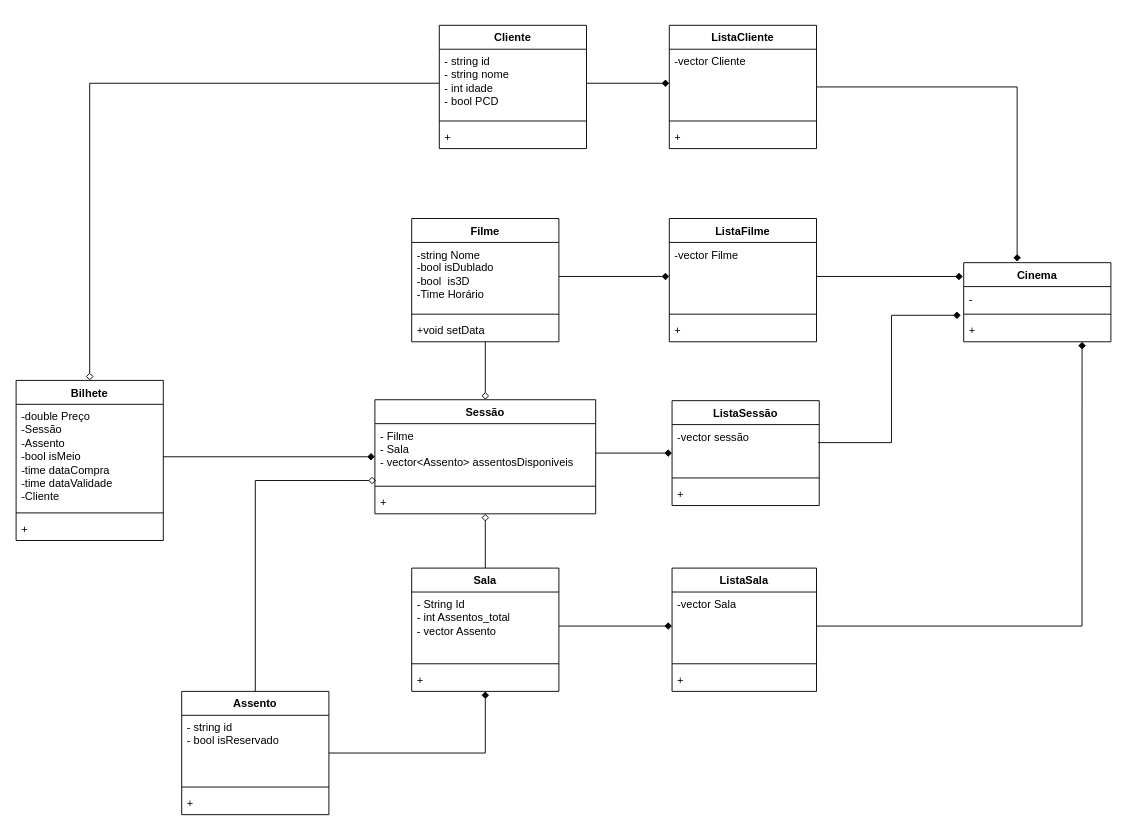
Before: UML-CineCon.drawio in eramoss/CineCon, a draw.io diagram. Source tidied: cells renumbered, new cells numbered last; positions are measured from the earlier drawing's top-left corner, leaving out a move shared by most shapes. Both pictures are drawn from the tidied source at 92%, with x=0, y=0 at pixel (16, 25).
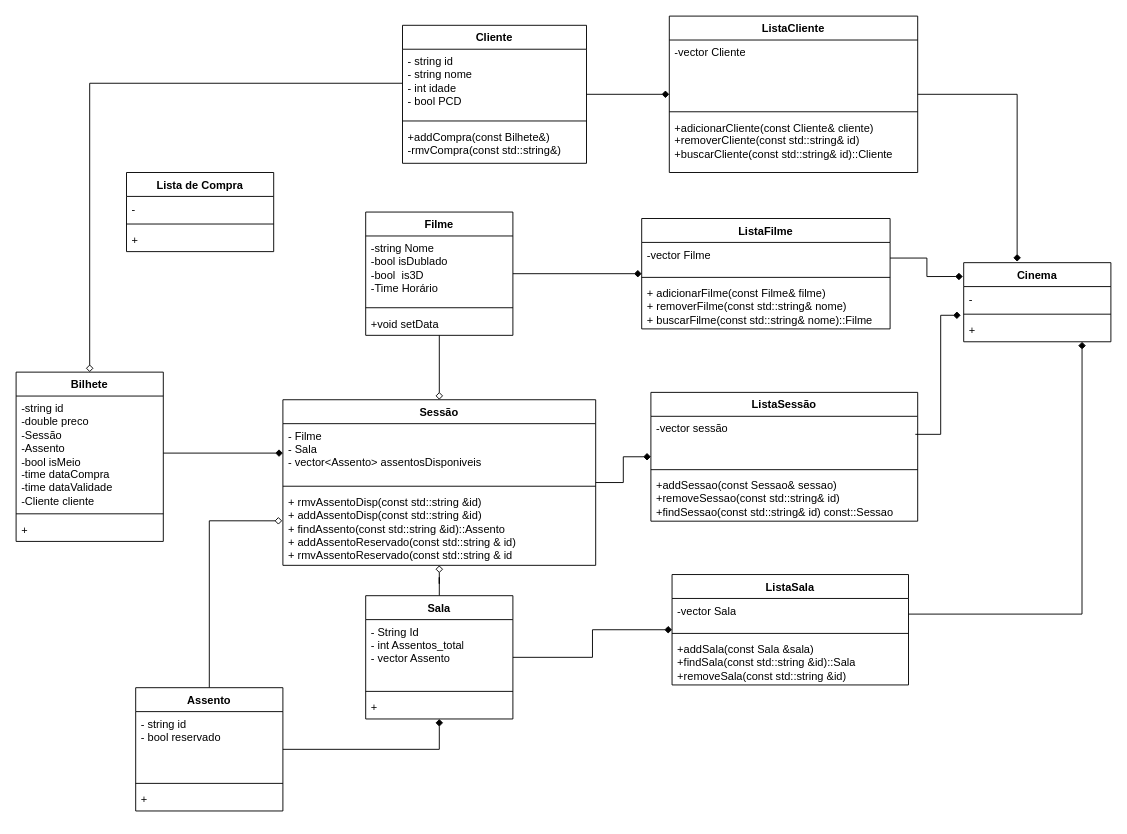
Above is the later version.

The change refers to these unchanged cells:
```xml
<mxCell id="17" value="-string Nome&lt;br&gt;-bool isDublado&lt;br&gt;-bool&amp;nbsp; is3D&lt;br&gt;-Time Horário" style="text;strokeColor=none;fillColor=none;align=left;verticalAlign=top;spacingLeft=4;spacingRight=4;overflow=hidden;points=[[0,0.5],[1,0.5]];portConstraint=eastwest;whiteSpace=wrap;html=1;" parent="16" vertex="1">
  <mxGeometry y="26" width="160" height="74" as="geometry" />
</mxCell>
<mxCell id="32" value="&lt;div&gt;- String Id&lt;/div&gt;&lt;div&gt;- int Assentos_total&lt;/div&gt;&lt;div&gt;- vector Assento&lt;br&gt;&lt;/div&gt;" style="text;strokeColor=none;fillColor=none;align=left;verticalAlign=top;spacingLeft=4;spacingRight=4;overflow=hidden;points=[[0,0.5],[1,0.5]];portConstraint=eastwest;whiteSpace=wrap;html=1;" parent="31" vertex="1">
  <mxGeometry y="26" width="160" height="74" as="geometry" />
</mxCell>
```

What changed in the source:
```diff
@@
     <mxCell id="7" value="Bilhete" style="swimlane;fontStyle=1;align=center;verticalAlign=top;horizontal=1;startSize=26;whiteSpace=wrap;html=1;" parent="1" vertex="1">
-      <mxGeometry y="386" width="160" height="174" as="geometry" />
+      <mxGeometry y="377" width="160" height="184" as="geometry" />
     </mxCell>
-    <mxCell id="8" value="-double Preço&lt;br&gt;&lt;div&gt;-Sessão&lt;/div&gt;&lt;div&gt;-Assento&lt;br&gt;&lt;/div&gt;&lt;div&gt;-bool isMeio&lt;/div&gt;&lt;div&gt;-time dataCompra&lt;/div&gt;&lt;div&gt;-time dataValidade&lt;br&gt;&lt;/div&gt;&lt;div&gt;-Cliente&lt;br&gt;&lt;/div&gt;" style="text;strokeColor=none;fillColor=none;align=left;verticalAlign=top;spacingLeft=4;spacingRight=4;overflow=hidden;points=[[0,0.5],[1,0.5]];portConstraint=eastwest;whiteSpace=wrap;html=1;" parent="7" vertex="1">
-      <mxGeometry y="26" width="160" height="114" as="geometry" />
+    <mxCell id="8" value="-string id&lt;br&gt;-double preco&lt;br&gt;&lt;div&gt;-Sessão&lt;/div&gt;&lt;div&gt;-Assento&lt;br&gt;&lt;/div&gt;&lt;div&gt;-bool isMeio&lt;/div&gt;&lt;div&gt;-time dataCompra&lt;/div&gt;&lt;div&gt;-time dataValidade&lt;br&gt;&lt;/div&gt;&lt;div&gt;-Cliente cliente&lt;br&gt;&lt;/div&gt;" style="text;strokeColor=none;fillColor=none;align=left;verticalAlign=top;spacingLeft=4;spacingRight=4;overflow=hidden;points=[[0,0.5],[1,0.5]];portConstraint=eastwest;whiteSpace=wrap;html=1;" parent="7" vertex="1">
+      <mxGeometry y="26" width="160" height="124" as="geometry" />
     </mxCell>
     <mxCell id="9" style="line;strokeWidth=1;fillColor=none;align=left;verticalAlign=middle;spacingTop=-1;spacingLeft=3;spacingRight=3;labelPosition=right;strokeColor=inherit;" parent="7" vertex="1">
-      <mxGeometry y="140" width="160" height="8" as="geometry" />
+      <mxGeometry y="150" width="160" height="8" as="geometry" />
     </mxCell>
     <mxCell id="10" value="+" style="text;strokeColor=none;fillColor=none;align=left;verticalAlign=top;spacingLeft=4;spacingRight=4;overflow=hidden;whiteSpace=wrap;html=1;" parent="7" vertex="1">
-      <mxGeometry y="148" width="160" height="26" as="geometry" />
+      <mxGeometry y="158" width="160" height="26" as="geometry" />
     </mxCell>
     <mxCell id="11" value="Cliente" style="swimlane;fontStyle=1;align=center;verticalAlign=top;horizontal=1;startSize=26;whiteSpace=wrap;html=1;" parent="1" vertex="1">
-      <mxGeometry x="460" width="160" height="134" as="geometry" />
+      <mxGeometry x="420" width="200" height="150" as="geometry" />
     </mxCell>
     <mxCell id="12" value="&lt;div&gt;- string id&lt;/div&gt;&lt;div&gt;- string nome&lt;/div&gt;&lt;div&gt;- int idade&lt;/div&gt;&lt;div&gt;- bool PCD&lt;br&gt;&lt;/div&gt;" style="text;strokeColor=none;fillColor=none;align=left;verticalAlign=top;spacingLeft=4;spacingRight=4;overflow=hidden;points=[[0,0.5],[1,0.5]];portConstraint=eastwest;whiteSpace=wrap;html=1;" parent="11" vertex="1">
-      <mxGeometry y="26" width="160" height="74" as="geometry" />
+      <mxGeometry y="26" width="200" height="74" as="geometry" />
     </mxCell>
     <mxCell id="13" style="line;strokeWidth=1;fillColor=none;align=left;verticalAlign=middle;spacingTop=-1;spacingLeft=3;spacingRight=3;labelPosition=right;strokeColor=inherit;" parent="11" vertex="1">
-      <mxGeometry y="100" width="160" height="8" as="geometry" />
+      <mxGeometry y="100" width="200" height="8" as="geometry" />
     </mxCell>
-    <mxCell id="14" value="+" style="text;strokeColor=none;fillColor=none;align=left;verticalAlign=top;spacingLeft=4;spacingRight=4;overflow=hidden;whiteSpace=wrap;html=1;" parent="11" vertex="1">
-      <mxGeometry y="108" width="160" height="26" as="geometry" />
+    <mxCell id="14" value="+addCompra(const Bilhete&amp;amp;)&lt;br&gt;-rmvCompra(const std::string&amp;amp;)" style="text;strokeColor=none;fillColor=none;align=left;verticalAlign=top;spacingLeft=4;spacingRight=4;overflow=hidden;whiteSpace=wrap;html=1;" parent="11" vertex="1">
+      <mxGeometry y="108" width="200" height="42" as="geometry" />
     </mxCell>
@@
     <mxCell id="16" value="Filme" style="swimlane;fontStyle=1;align=center;verticalAlign=top;horizontal=1;startSize=26;whiteSpace=wrap;html=1;" parent="1" vertex="1">
-      <mxGeometry x="430" y="210" width="160" height="134" as="geometry" />
+      <mxGeometry x="380" y="203" width="160" height="134" as="geometry" />
     </mxCell>
@@
     <mxCell id="20" value="Sessão" style="swimlane;fontStyle=1;align=center;verticalAlign=top;horizontal=1;startSize=26;whiteSpace=wrap;html=1;" parent="1" vertex="1">
-      <mxGeometry x="390" y="407" width="240" height="124" as="geometry" />
+      <mxGeometry x="290" y="407" width="340" height="180" as="geometry" />
     </mxCell>
     <mxCell id="21" value="- Filme&lt;br&gt;- Sala&lt;br&gt;- vector&amp;lt;Assento&amp;gt; assentosDisponiveis" style="text;strokeColor=none;fillColor=none;align=left;verticalAlign=top;spacingLeft=4;spacingRight=4;overflow=hidden;points=[[0,0.5],[1,0.5]];portConstraint=eastwest;whiteSpace=wrap;html=1;" parent="20" vertex="1">
-      <mxGeometry y="26" width="240" height="64" as="geometry" />
+      <mxGeometry y="26" width="340" height="64" as="geometry" />
     </mxCell>
     <mxCell id="22" style="line;strokeWidth=1;fillColor=none;align=left;verticalAlign=middle;spacingTop=-1;spacingLeft=3;spacingRight=3;labelPosition=right;strokeColor=inherit;" parent="20" vertex="1">
-      <mxGeometry y="90" width="240" height="8" as="geometry" />
+      <mxGeometry y="90" width="340" height="8" as="geometry" />
     </mxCell>
-    <mxCell id="23" value="+" style="text;strokeColor=none;fillColor=none;align=left;verticalAlign=top;spacingLeft=4;spacingRight=4;overflow=hidden;points=[[0,0.5],[1,0.5]];portConstraint=eastwest;whiteSpace=wrap;html=1;" parent="20" vertex="1">
-      <mxGeometry y="98" width="240" height="26" as="geometry" />
+    <mxCell id="23" value="+ rmvAssentoDisp(const std::string &amp;amp;id)&lt;div&gt;+ addAssentoDisp(const std::string &amp;amp;id)&lt;/div&gt;&lt;div&gt;+ findAssento(const std::string &amp;amp;id)::Assento&lt;/div&gt;&lt;div&gt;+ addAssentoReservado(const std::string &amp;amp; id)&lt;/div&gt;&lt;div&gt;+ rmvAssentoReservado(const std::string &amp;amp; id&lt;/div&gt;" style="text;strokeColor=none;fillColor=none;align=left;verticalAlign=top;spacingLeft=4;spacingRight=4;overflow=hidden;points=[[0,0.5],[1,0.5]];portConstraint=eastwest;whiteSpace=wrap;html=1;" parent="20" vertex="1">
+      <mxGeometry y="98" width="340" height="82" as="geometry" />
     </mxCell>
@@
-    <mxCell id="25" style="edgeStyle=orthogonalEdgeStyle;rounded=0;jettySize=auto;html=1;entryX=0.005;entryY=0.966;entryDx=0;entryDy=0;entryPerimeter=0;endArrow=diamond;endFill=0;" parent="1" edge="1" source="26" target="21">
+    <mxCell id="25" style="edgeStyle=orthogonalEdgeStyle;rounded=0;jettySize=auto;html=1;entryX=-0.002;entryY=0.41;entryDx=0;entryDy=0;entryPerimeter=0;endArrow=diamond;endFill=0;" parent="1" edge="1" source="26" target="23">
       <mxGeometry relative="1" as="geometry" />
     </mxCell>
     <mxCell id="26" value="Assento" style="swimlane;fontStyle=1;align=center;verticalAlign=top;horizontal=1;startSize=26;whiteSpace=wrap;html=1;" parent="1" vertex="1">
-      <mxGeometry x="180" y="724" width="160" height="134" as="geometry" />
+      <mxGeometry x="130" y="720" width="160" height="134" as="geometry" />
     </mxCell>
-    <mxCell id="27" value="&lt;div&gt;- string id&lt;/div&gt;&lt;div&gt;- bool isReservado&lt;br&gt;&lt;/div&gt;" style="text;strokeColor=none;fillColor=none;align=left;verticalAlign=top;spacingLeft=4;spacingRight=4;overflow=hidden;whiteSpace=wrap;html=1;" parent="26" vertex="1">
+    <mxCell id="27" value="&lt;div&gt;- string id&lt;/div&gt;&lt;div&gt;- bool reservado&lt;br&gt;&lt;/div&gt;" style="text;strokeColor=none;fillColor=none;align=left;verticalAlign=top;spacingLeft=4;spacingRight=4;overflow=hidden;whiteSpace=wrap;html=1;" parent="26" vertex="1">
       <mxGeometry y="26" width="160" height="74" as="geometry" />
     </mxCell>
@@
     <mxCell id="31" value="Sala" style="swimlane;fontStyle=1;align=center;verticalAlign=top;horizontal=1;startSize=26;whiteSpace=wrap;html=1;" parent="1" vertex="1">
-      <mxGeometry x="430" y="590" width="160" height="134" as="geometry" />
+      <mxGeometry x="380" y="620" width="160" height="134" as="geometry" />
     </mxCell>
@@
     <mxCell id="36" value="ListaCliente" style="swimlane;fontStyle=1;align=center;verticalAlign=top;horizontal=1;startSize=26;whiteSpace=wrap;html=1;" parent="1" vertex="1">
-      <mxGeometry x="710" width="160" height="134" as="geometry" />
+      <mxGeometry x="710" y="-10" width="270" height="170" as="geometry" />
     </mxCell>
     <mxCell id="37" value="-vector Cliente" style="text;strokeColor=none;fillColor=none;align=left;verticalAlign=top;spacingLeft=4;spacingRight=4;overflow=hidden;points=[[0,0.5],[1,0.5]];portConstraint=eastwest;whiteSpace=wrap;html=1;" parent="36" vertex="1">
-      <mxGeometry y="26" width="160" height="74" as="geometry" />
+      <mxGeometry y="26" width="270" height="74" as="geometry" />
     </mxCell>
     <mxCell id="38" style="line;strokeWidth=1;fillColor=none;align=left;verticalAlign=middle;spacingTop=-1;spacingLeft=3;spacingRight=3;labelPosition=right;strokeColor=inherit;" parent="36" vertex="1">
-      <mxGeometry y="100" width="160" height="8" as="geometry" />
+      <mxGeometry y="100" width="270" height="8" as="geometry" />
     </mxCell>
-    <mxCell id="39" value="+" style="text;strokeColor=none;fillColor=none;align=left;verticalAlign=top;spacingLeft=4;spacingRight=4;overflow=hidden;whiteSpace=wrap;html=1;" parent="36" vertex="1">
-      <mxGeometry y="108" width="160" height="26" as="geometry" />
+    <mxCell id="39" value="+adicionarCliente(const Cliente&amp;amp; cliente)&lt;br&gt;+removerCliente(const std::string&amp;amp; id)&lt;br&gt;+buscarCliente(const std::string&amp;amp; id)::Cliente" style="text;strokeColor=none;fillColor=none;align=left;verticalAlign=top;spacingLeft=4;spacingRight=4;overflow=hidden;whiteSpace=wrap;html=1;" parent="36" vertex="1">
+      <mxGeometry y="108" width="270" height="62" as="geometry" />
     </mxCell>
     <mxCell id="40" value="ListaFilme" style="swimlane;fontStyle=1;align=center;verticalAlign=top;horizontal=1;startSize=26;whiteSpace=wrap;html=1;" parent="1" vertex="1">
-      <mxGeometry x="710" y="210" width="160" height="134" as="geometry" />
+      <mxGeometry x="680" y="210" width="270" height="120" as="geometry" />
     </mxCell>
     <mxCell id="41" value="-vector Filme" style="text;strokeColor=none;fillColor=none;align=left;verticalAlign=top;spacingLeft=4;spacingRight=4;overflow=hidden;points=[[0,0.5],[1,0.5]];portConstraint=eastwest;whiteSpace=wrap;html=1;" parent="40" vertex="1">
-      <mxGeometry y="26" width="160" height="74" as="geometry" />
+      <mxGeometry y="26" width="270" height="34" as="geometry" />
     </mxCell>
     <mxCell id="42" style="line;strokeWidth=1;fillColor=none;align=left;verticalAlign=middle;spacingTop=-1;spacingLeft=3;spacingRight=3;labelPosition=right;strokeColor=inherit;" parent="40" vertex="1">
-      <mxGeometry y="100" width="160" height="8" as="geometry" />
+      <mxGeometry y="60" width="270" height="8" as="geometry" />
     </mxCell>
-    <mxCell id="43" value="+" style="text;strokeColor=none;fillColor=none;align=left;verticalAlign=top;spacingLeft=4;spacingRight=4;overflow=hidden;whiteSpace=wrap;html=1;" parent="40" vertex="1">
-      <mxGeometry y="108" width="160" height="26" as="geometry" />
+    <mxCell id="43" value="+ adicionarFilme(const Filme&amp;amp; filme)&lt;div&gt;+ removerFilme(const std::string&amp;amp; nome)&lt;/div&gt;&lt;div&gt;+ buscarFilme(const std::string&amp;amp; nome)::Filme&lt;/div&gt;" style="text;strokeColor=none;fillColor=none;align=left;verticalAlign=top;spacingLeft=4;spacingRight=4;overflow=hidden;whiteSpace=wrap;html=1;" parent="40" vertex="1">
+      <mxGeometry y="68" width="270" height="52" as="geometry" />
     </mxCell>
-    <mxCell id="44" style="edgeStyle=orthogonalEdgeStyle;shape=connector;rounded=0;jettySize=auto;html=1;labelBackgroundColor=default;strokeColor=default;fontFamily=Helvetica;fontSize=11;fontColor=default;endArrow=diamond;endFill=1;" parent="1" edge="1" source="17" target="41">
+    <mxCell id="44" style="edgeStyle=orthogonalEdgeStyle;shape=connector;rounded=0;jettySize=auto;html=1;labelBackgroundColor=default;strokeColor=default;fontFamily=Helvetica;fontSize=11;fontColor=default;endArrow=diamond;endFill=1;" parent="1" edge="1" source="16" target="40">
       <mxGeometry relative="1" as="geometry" />
     </mxCell>
     <mxCell id="45" value="ListaSala" style="swimlane;fontStyle=1;align=center;verticalAlign=top;horizontal=1;startSize=26;whiteSpace=wrap;html=1;" parent="1" vertex="1">
-      <mxGeometry x="713" y="590" width="157" height="134" as="geometry" />
+      <mxGeometry x="713" y="597" width="257" height="120" as="geometry" />
     </mxCell>
     <mxCell id="46" value="-vector Sala" style="text;strokeColor=none;fillColor=none;align=left;verticalAlign=top;spacingLeft=4;spacingRight=4;overflow=hidden;points=[[0,0.5],[1,0.5]];portConstraint=eastwest;whiteSpace=wrap;html=1;" parent="45" vertex="1">
-      <mxGeometry y="26" width="157" height="74" as="geometry" />
+      <mxGeometry y="26" width="257" height="34" as="geometry" />
     </mxCell>
     <mxCell id="47" style="line;strokeWidth=1;fillColor=none;align=left;verticalAlign=middle;spacingTop=-1;spacingLeft=3;spacingRight=3;labelPosition=right;strokeColor=inherit;" parent="45" vertex="1">
-      <mxGeometry y="100" width="157" height="8" as="geometry" />
+      <mxGeometry y="60" width="257" height="8" as="geometry" />
     </mxCell>
-    <mxCell id="48" value="+" style="text;strokeColor=none;fillColor=none;align=left;verticalAlign=top;spacingLeft=4;spacingRight=4;overflow=hidden;whiteSpace=wrap;html=1;" parent="45" vertex="1">
-      <mxGeometry y="108" width="157" height="26" as="geometry" />
+    <mxCell id="48" value="+addSala(const Sala &amp;amp;sala)&lt;br&gt;+findSala(const std::string &amp;amp;id)::Sala&lt;br&gt;+removeSala(const std::string &amp;amp;id)" style="text;strokeColor=none;fillColor=none;align=left;verticalAlign=top;spacingLeft=4;spacingRight=4;overflow=hidden;whiteSpace=wrap;html=1;" parent="45" vertex="1">
+      <mxGeometry y="68" width="257" height="52" as="geometry" />
     </mxCell>
-    <mxCell id="49" style="edgeStyle=orthogonalEdgeStyle;shape=connector;rounded=0;jettySize=auto;html=1;labelBackgroundColor=default;strokeColor=default;fontFamily=Helvetica;fontSize=11;fontColor=default;endArrow=diamond;endFill=1;" parent="1" edge="1" source="32" target="46">
+    <mxCell id="49" style="edgeStyle=orthogonalEdgeStyle;shape=connector;rounded=0;jettySize=auto;html=1;labelBackgroundColor=default;strokeColor=default;fontFamily=Helvetica;fontSize=11;fontColor=default;endArrow=diamond;endFill=1;" parent="1" edge="1" source="31" target="45">
       <mxGeometry relative="1" as="geometry" />
     </mxCell>
-    <mxCell id="50" style="edgeStyle=orthogonalEdgeStyle;shape=connector;rounded=0;jettySize=auto;html=1;entryX=0;entryY=0.5;entryDx=0;entryDy=0;labelBackgroundColor=default;strokeColor=default;fontFamily=Helvetica;fontSize=11;fontColor=default;endArrow=diamond;endFill=1;" parent="1" edge="1" source="12" target="37">
+    <mxCell id="50" style="edgeStyle=orthogonalEdgeStyle;shape=connector;rounded=0;jettySize=auto;html=1;labelBackgroundColor=default;strokeColor=default;fontFamily=Helvetica;fontSize=11;fontColor=default;endArrow=diamond;endFill=1;" parent="1" edge="1" source="11" target="36">
       <mxGeometry relative="1" as="geometry" />
     </mxCell>
@@
     <mxCell id="52" value="ListaSessão" style="swimlane;fontStyle=1;align=center;verticalAlign=top;horizontal=1;startSize=26;whiteSpace=wrap;html=1;" parent="1" vertex="1">
-      <mxGeometry x="713" y="408" width="160" height="114" as="geometry" />
+      <mxGeometry x="690" y="399" width="290" height="140" as="geometry" />
     </mxCell>
     <mxCell id="53" value="-vector sessão" style="text;strokeColor=none;fillColor=none;align=left;verticalAlign=top;spacingLeft=4;spacingRight=4;overflow=hidden;points=[[0,0.5],[1,0.5]];portConstraint=eastwest;whiteSpace=wrap;html=1;" parent="52" vertex="1">
-      <mxGeometry y="26" width="160" height="54" as="geometry" />
+      <mxGeometry y="26" width="290" height="54" as="geometry" />
     </mxCell>
     <mxCell id="54" style="line;strokeWidth=1;fillColor=none;align=left;verticalAlign=middle;spacingTop=-1;spacingLeft=3;spacingRight=3;labelPosition=right;strokeColor=inherit;" parent="52" vertex="1">
-      <mxGeometry y="80" width="160" height="8" as="geometry" />
+      <mxGeometry y="80" width="290" height="8" as="geometry" />
     </mxCell>
-    <mxCell id="55" value="+" style="text;strokeColor=none;fillColor=none;align=left;verticalAlign=top;spacingLeft=4;spacingRight=4;overflow=hidden;whiteSpace=wrap;html=1;" parent="52" vertex="1">
-      <mxGeometry y="88" width="160" height="26" as="geometry" />
+    <mxCell id="55" value="+addSessao(const Sessao&amp;amp; sessao)&lt;br&gt;+removeSessao(const std::string&amp;amp; id)&lt;br&gt;+findSessao(const std::string&amp;amp; id) const::Sessao" style="text;strokeColor=none;fillColor=none;align=left;verticalAlign=top;spacingLeft=4;spacingRight=4;overflow=hidden;whiteSpace=wrap;html=1;" parent="52" vertex="1">
+      <mxGeometry y="88" width="290" height="52" as="geometry" />
     </mxCell>
-    <mxCell id="56" style="edgeStyle=orthogonalEdgeStyle;rounded=0;jettySize=auto;html=1;endArrow=diamond;endFill=1;" parent="1" edge="1" source="8" target="20">
+    <mxCell id="56" style="edgeStyle=orthogonalEdgeStyle;rounded=0;jettySize=auto;html=1;endArrow=diamond;endFill=1;" parent="1" edge="1" source="8" target="21">
       <mxGeometry relative="1" as="geometry" />
     </mxCell>
@@
-    <mxCell id="59" style="edgeStyle=orthogonalEdgeStyle;rounded=0;jettySize=auto;html=1;endArrow=diamond;endFill=1;" parent="1" edge="1" source="21" target="52">
+    <mxCell id="59" style="edgeStyle=orthogonalEdgeStyle;rounded=0;jettySize=auto;html=1;endArrow=diamond;endFill=1;" parent="1" edge="1" source="20" target="52">
       <mxGeometry relative="1" as="geometry" />
     </mxCell>
+    <mxCell id="60" value="Lista de Compra" style="swimlane;fontStyle=1;align=center;verticalAlign=top;horizontal=1;startSize=26;whiteSpace=wrap;html=1;" parent="1" vertex="1">
+      <mxGeometry x="120" y="160" width="160" height="86" as="geometry" />
+    </mxCell>
+    <mxCell id="61" value="-" style="text;strokeColor=none;fillColor=none;align=left;verticalAlign=top;spacingLeft=4;spacingRight=4;overflow=hidden;whiteSpace=wrap;html=1;" parent="60" vertex="1">
+      <mxGeometry y="26" width="160" height="26" as="geometry" />
+    </mxCell>
+    <mxCell id="62" style="line;strokeWidth=1;fillColor=none;align=left;verticalAlign=middle;spacingTop=-1;spacingLeft=3;spacingRight=3;labelPosition=right;strokeColor=inherit;" parent="60" vertex="1">
+      <mxGeometry y="52" width="160" height="8" as="geometry" />
+    </mxCell>
+    <mxCell id="63" value="+" style="text;strokeColor=none;fillColor=none;align=left;verticalAlign=top;spacingLeft=4;spacingRight=4;overflow=hidden;whiteSpace=wrap;html=1;" parent="60" vertex="1">
+      <mxGeometry y="60" width="160" height="26" as="geometry" />
+    </mxCell>
```
